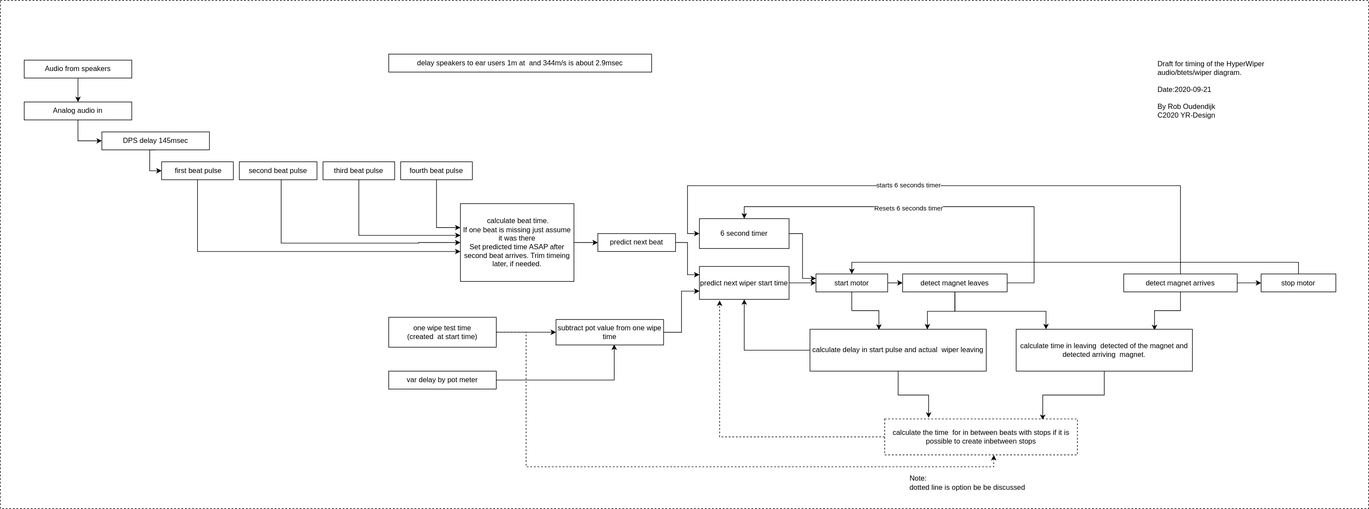
Above: docs/Hyper wiper audio timing flow chart.svg in Hyperwiper/Hyperwiper (draw.io), before the change. Source tidied: cells renumbered, new cells last; positions are measured from the earlier drawing's top-left corner, leaving out a move shared by most shapes.
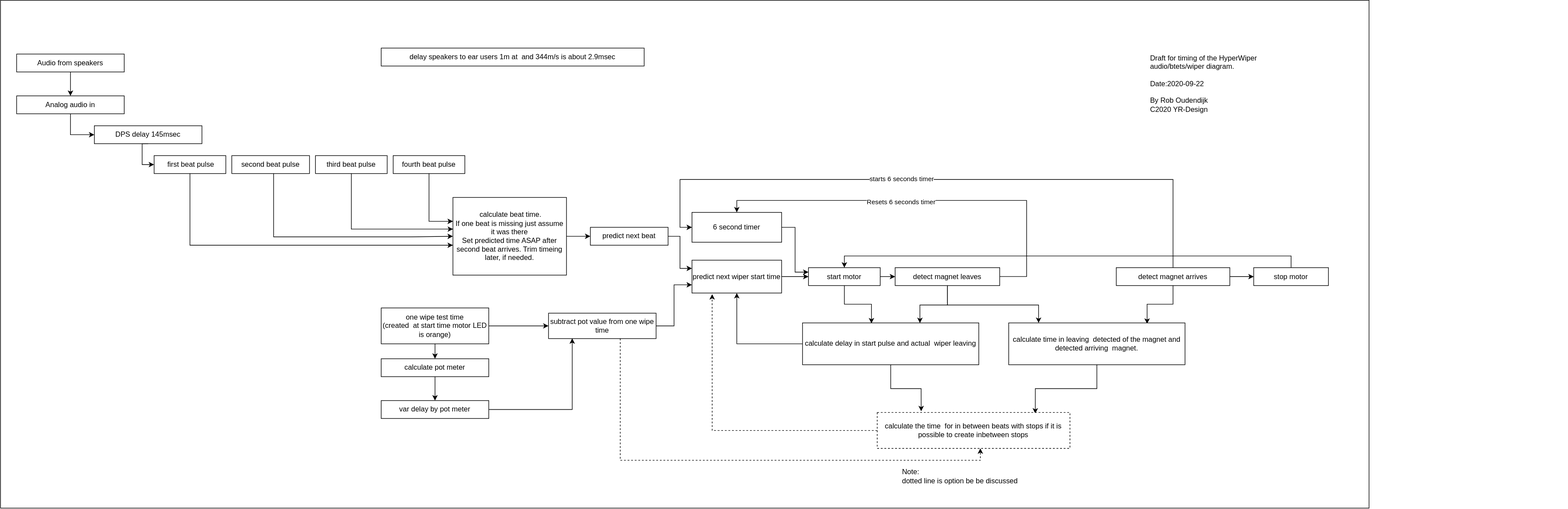
After the change.

What changed in the source:
```diff
@@ -2,8 +2,8 @@
   <root>
     <mxCell id="0" />
     <mxCell id="1" parent="0" />
-    <mxCell id="2" style="rounded=0;whiteSpace=wrap;html=1;align=left;fillColor=none;dashed=1;" parent="1" vertex="1">
-      <mxGeometry width="2290" height="850" as="geometry" />
+    <mxCell id="2" style="rounded=0;whiteSpace=wrap;html=1;align=left;fillColor=none;" parent="1" vertex="1">
+      <mxGeometry x="13" y="10" width="2290" height="850" as="geometry" />
     </mxCell>
     <mxCell id="3" style="edgeStyle=orthogonalEdgeStyle;rounded=0;jettySize=auto;html=1;exitX=0.5;exitY=1;exitDx=0;exitDy=0;entryX=0;entryY=0.5;entryDx=0;entryDy=0;" parent="1" edge="1" source="4" target="6">
       <mxGeometry relative="1" as="geometry" />
@@ -70,23 +70,17 @@
     <mxCell id="18" style="edgeStyle=orthogonalEdgeStyle;rounded=0;jettySize=auto;html=1;entryX=0;entryY=0.5;entryDx=0;entryDy=0;" parent="1" edge="1" source="20" target="32">
       <mxGeometry relative="1" as="geometry" />
     </mxCell>
-    <mxCell id="19" style="edgeStyle=orthogonalEdgeStyle;rounded=0;jettySize=auto;html=1;entryX=0.566;entryY=1.005;entryDx=0;entryDy=0;entryPerimeter=0;dashed=1;" parent="1" edge="1" source="20" target="51">
-      <mxGeometry relative="1" as="geometry">
-        <Array as="points">
-          <mxPoint x="880" y="555" />
-          <mxPoint x="880" y="780" />
-          <mxPoint x="1663" y="780" />
-        </Array>
-      </mxGeometry>
-    </mxCell>
+    <mxCell id="57" style="edgeStyle=orthogonalEdgeStyle;rounded=0;jettySize=auto;html=1;entryX=0.5;entryY=0;entryDx=0;entryDy=0;" parent="1" edge="1" source="20" target="60">
+      <mxGeometry relative="1" as="geometry" />
+    </mxCell>
-    <mxCell id="20" value="one wipe test time &lt;br&gt;(created&amp;nbsp; at start time)" style="rounded=0;whiteSpace=wrap;html=1;" parent="1" vertex="1">
-      <mxGeometry x="650" y="530" width="180" height="50" as="geometry" />
+    <mxCell id="20" value="one wipe test time &lt;br&gt;(created&amp;nbsp; at start time motor LED is orange)" style="rounded=0;whiteSpace=wrap;html=1;" parent="1" vertex="1">
+      <mxGeometry x="650" y="525" width="180" height="60" as="geometry" />
     </mxCell>
-    <mxCell id="21" style="edgeStyle=orthogonalEdgeStyle;rounded=0;jettySize=auto;html=1;entryX=0.541;entryY=0.983;entryDx=0;entryDy=0;entryPerimeter=0;" parent="1" edge="1" source="22" target="32">
+    <mxCell id="21" style="edgeStyle=orthogonalEdgeStyle;rounded=0;jettySize=auto;html=1;entryX=0.22;entryY=0.991;entryDx=0;entryDy=0;entryPerimeter=0;" parent="1" edge="1" source="22" target="32">
       <mxGeometry relative="1" as="geometry" />
     </mxCell>
     <mxCell id="22" value="var delay by pot meter" style="rounded=0;whiteSpace=wrap;html=1;" parent="1" vertex="1">
-      <mxGeometry x="650" y="620" width="180" height="30" as="geometry" />
+      <mxGeometry x="650" y="680" width="180" height="30" as="geometry" />
     </mxCell>
     <mxCell id="23" style="edgeStyle=orthogonalEdgeStyle;rounded=0;jettySize=auto;html=1;exitX=1;exitY=0.5;exitDx=0;exitDy=0;entryX=0;entryY=0.5;entryDx=0;entryDy=0;" parent="1" edge="1" source="25" target="30">
       <mxGeometry relative="1" as="geometry" />
@@ -133,6 +127,14 @@
     <mxCell id="31" style="edgeStyle=orthogonalEdgeStyle;rounded=0;jettySize=auto;html=1;entryX=0;entryY=0.75;entryDx=0;entryDy=0;" parent="1" edge="1" source="32" target="34">
       <mxGeometry relative="1" as="geometry" />
     </mxCell>
+    <mxCell id="58" style="edgeStyle=orthogonalEdgeStyle;rounded=0;jettySize=auto;html=1;entryX=0.535;entryY=1;entryDx=0;entryDy=0;entryPerimeter=0;dashed=1;" parent="1" edge="1" source="32" target="51">
+      <mxGeometry relative="1" as="geometry">
+        <Array as="points">
+          <mxPoint x="1050" y="780" />
+          <mxPoint x="1652" y="780" />
+        </Array>
+      </mxGeometry>
+    </mxCell>
     <mxCell id="32" value="subtract pot value from one wipe time" style="rounded=0;whiteSpace=wrap;html=1;" parent="1" vertex="1">
       <mxGeometry x="930" y="533.8" width="180" height="42.5" as="geometry" />
     </mxCell>
@@ -151,8 +153,8 @@
     <mxCell id="37" value="calculate delay in start pulse and actual&amp;nbsp; wiper leaving" style="rounded=0;whiteSpace=wrap;html=1;" parent="1" vertex="1">
       <mxGeometry x="1355" y="550" width="295" height="70" as="geometry" />
     </mxCell>
-    <mxCell id="38" value="&lt;br&gt;&lt;br&gt;Draft for timing of the HyperWiper &lt;br&gt;&lt;div&gt;&lt;span&gt;audio/btets/wiper diagram.&lt;/span&gt;&lt;/div&gt;&lt;div&gt;&lt;span&gt;&lt;br&gt;&lt;/span&gt;&lt;/div&gt;&lt;div&gt;Date:2020-09-21&lt;span&gt;&lt;br&gt;&lt;/span&gt;&lt;/div&gt;&lt;div&gt;&lt;span&gt;&lt;br&gt;&lt;/span&gt;&lt;/div&gt;&lt;div&gt;&lt;span&gt;By Rob Oudendijk&amp;nbsp;&lt;/span&gt;&lt;/div&gt;&lt;div&gt;&lt;span&gt;C2020 YR-Design&lt;/span&gt;&lt;/div&gt;" style="text;html=1;align=left;verticalAlign=middle;" parent="1" vertex="1">
-      <mxGeometry x="1935" y="70" width="270" height="130" as="geometry" />
+    <mxCell id="38" value="&lt;br&gt;&lt;br&gt;Draft for timing of the HyperWiper &lt;br&gt;&lt;div&gt;&lt;span&gt;audio/btets/wiper diagram.&lt;/span&gt;&lt;/div&gt;&lt;div&gt;&lt;span&gt;&lt;br&gt;&lt;/span&gt;&lt;/div&gt;&lt;div&gt;Date:2020-09-22&lt;span&gt;&lt;br&gt;&lt;/span&gt;&lt;/div&gt;&lt;div&gt;&lt;span&gt;&lt;br&gt;&lt;/span&gt;&lt;/div&gt;&lt;div&gt;&lt;span&gt;By Rob Oudendijk&amp;nbsp;&lt;/span&gt;&lt;/div&gt;&lt;div&gt;&lt;span&gt;C2020 YR-Design&lt;/span&gt;&lt;/div&gt;" style="text;html=1;align=left;verticalAlign=middle;" parent="1" vertex="1">
+      <mxGeometry x="1935" y="75" width="700" height="120" as="geometry" />
     </mxCell>
     <mxCell id="39" style="edgeStyle=orthogonalEdgeStyle;rounded=0;jettySize=auto;html=1;entryX=0;entryY=0.25;entryDx=0;entryDy=0;" parent="1" edge="1" source="40" target="25">
       <mxGeometry relative="1" as="geometry" />
@@ -232,5 +234,11 @@
     <mxCell id="56" value="fourth beat pulse" style="rounded=0;whiteSpace=wrap;html=1;" parent="1" vertex="1">
       <mxGeometry x="670" y="270" width="120" height="30" as="geometry" />
     </mxCell>
+    <mxCell id="59" style="edgeStyle=orthogonalEdgeStyle;rounded=0;jettySize=auto;html=1;entryX=0.5;entryY=0;entryDx=0;entryDy=0;" parent="1" edge="1" source="60" target="22">
+      <mxGeometry relative="1" as="geometry" />
+    </mxCell>
+    <mxCell id="60" value="calculate pot meter" style="rounded=0;whiteSpace=wrap;html=1;" parent="1" vertex="1">
+      <mxGeometry x="650" y="610" width="180" height="30" as="geometry" />
+    </mxCell>
   </root>
 </mxGraphModel>
```
